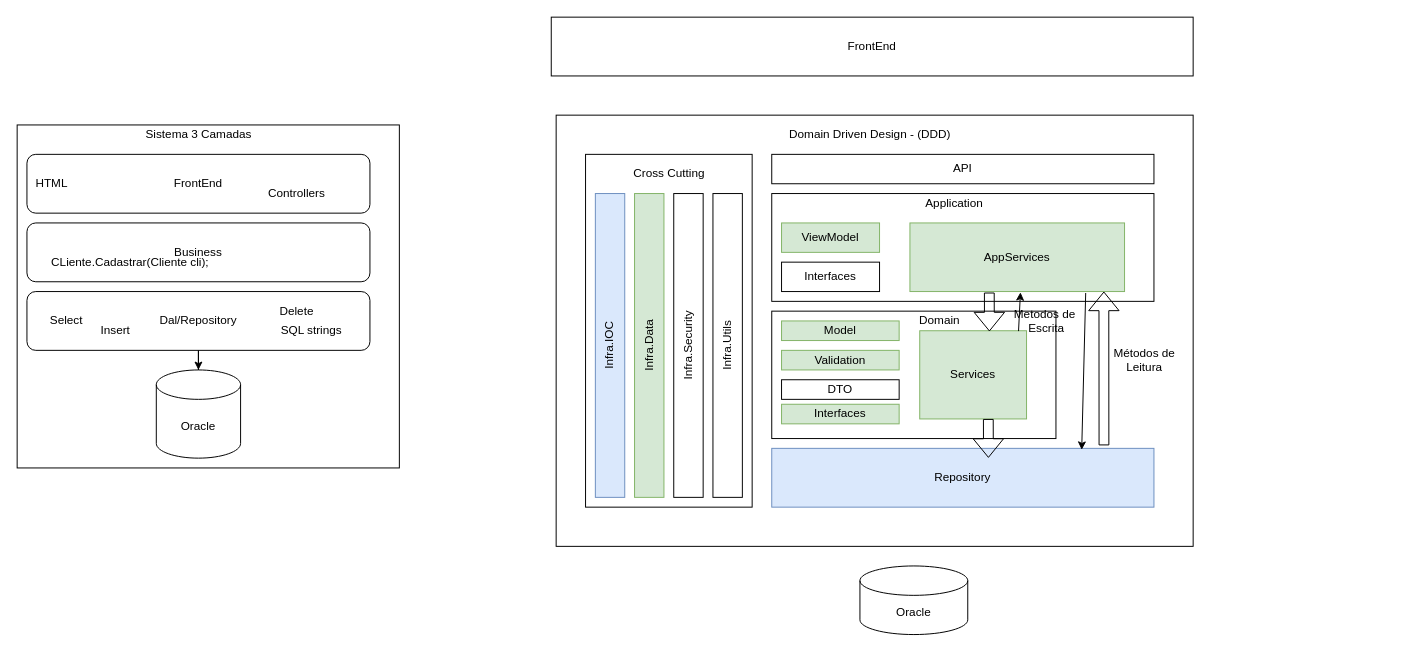
The draw.io diagram page "DDD" (1 of 4) of docs/diagrams.drawio in lfv500/LuBank, before the edit. Source tidied: cells renumbered, new cells numbered last; positions are measured from the earlier drawing's top-left corner, leaving out a move shared by most shapes. Both pictures are drawn from the tidied source at 98%, with x=0, y=0 at pixel (17, 17).
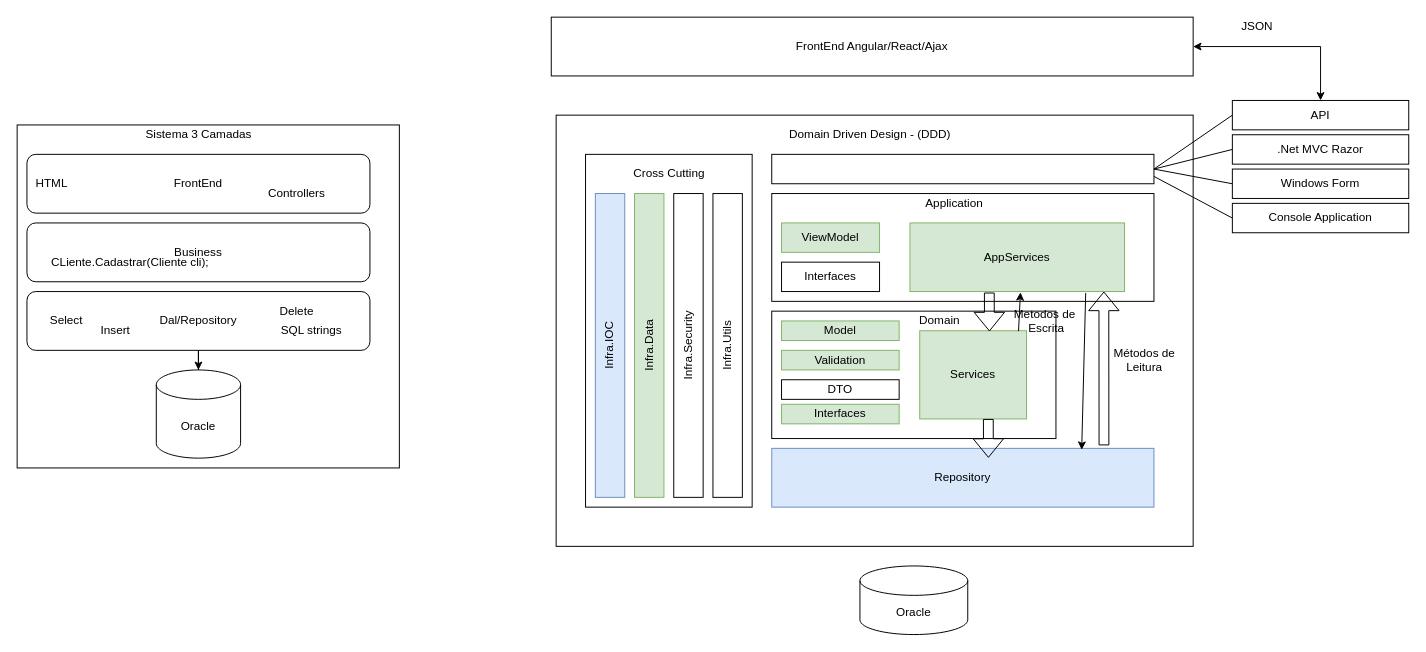
After the change.

Commit message:
Atualização do diagrama de DDD

What changed in the source:
```diff
@@
-    <mxCell id="26" value="API" style="rounded=0;whiteSpace=wrap;html=1;" parent="1" vertex="1">
+    <mxCell id="26" style="rounded=0;whiteSpace=wrap;html=1;" parent="1" vertex="1">
       <mxGeometry x="770" y="140" width="390" height="30" as="geometry" />
     </mxCell>
@@
+    <mxCell id="47" style="edgeStyle=orthogonalEdgeStyle;rounded=0;jettySize=auto;html=1;startArrow=classic;startFill=1;" parent="1" edge="1" source="39" target="48">
+      <mxGeometry relative="1" as="geometry" />
+    </mxCell>
-    <mxCell id="39" value="FrontEnd" style="rounded=0;whiteSpace=wrap;html=1;" parent="1" vertex="1">
+    <mxCell id="39" value="FrontEnd Angular/React/Ajax" style="rounded=0;whiteSpace=wrap;html=1;" parent="1" vertex="1">
       <mxGeometry x="545" width="655" height="60" as="geometry" />
     </mxCell>
@@
+    <mxCell id="48" value="API" style="rounded=0;whiteSpace=wrap;html=1;" parent="1" vertex="1">
+      <mxGeometry x="1240" y="85" width="180" height="30" as="geometry" />
+    </mxCell>
+    <mxCell id="49" value=".Net MVC Razor" style="rounded=0;whiteSpace=wrap;html=1;" parent="1" vertex="1">
+      <mxGeometry x="1240" y="120" width="180" height="30" as="geometry" />
+    </mxCell>
+    <mxCell id="50" value="Windows Form" style="rounded=0;whiteSpace=wrap;html=1;" parent="1" vertex="1">
+      <mxGeometry x="1240" y="155" width="180" height="30" as="geometry" />
+    </mxCell>
+    <mxCell id="51" value="Console Application" style="rounded=0;whiteSpace=wrap;html=1;" parent="1" vertex="1">
+      <mxGeometry x="1240" y="190" width="180" height="30" as="geometry" />
+    </mxCell>
+    <mxCell id="52" style="endArrow=none;html=1;entryX=0;entryY=0.5;entryDx=0;entryDy=0;exitX=1;exitY=0.5;exitDx=0;exitDy=0;" parent="1" edge="1" source="26" target="48">
+      <mxGeometry relative="1" as="geometry" />
+    </mxCell>
+    <mxCell id="53" style="endArrow=none;html=1;entryX=0;entryY=0.5;entryDx=0;entryDy=0;exitX=1;exitY=0.5;exitDx=0;exitDy=0;" parent="1" edge="1" source="26" target="49">
+      <mxGeometry relative="1" as="geometry" />
+    </mxCell>
+    <mxCell id="54" style="endArrow=none;html=1;entryX=0;entryY=0.5;entryDx=0;entryDy=0;exitX=1;exitY=0.5;exitDx=0;exitDy=0;" parent="1" edge="1" source="26" target="50">
+      <mxGeometry relative="1" as="geometry" />
+    </mxCell>
+    <mxCell id="55" style="endArrow=none;html=1;entryX=0;entryY=0.5;entryDx=0;entryDy=0;exitX=1;exitY=0.75;exitDx=0;exitDy=0;" parent="1" edge="1" source="26" target="51">
+      <mxGeometry relative="1" as="geometry" />
+    </mxCell>
+    <mxCell id="56" value="JSON" style="text;html=1;align=center;verticalAlign=middle;" parent="1" vertex="1">
+      <mxGeometry x="1240" width="50" height="20" as="geometry" />
+    </mxCell>
```
